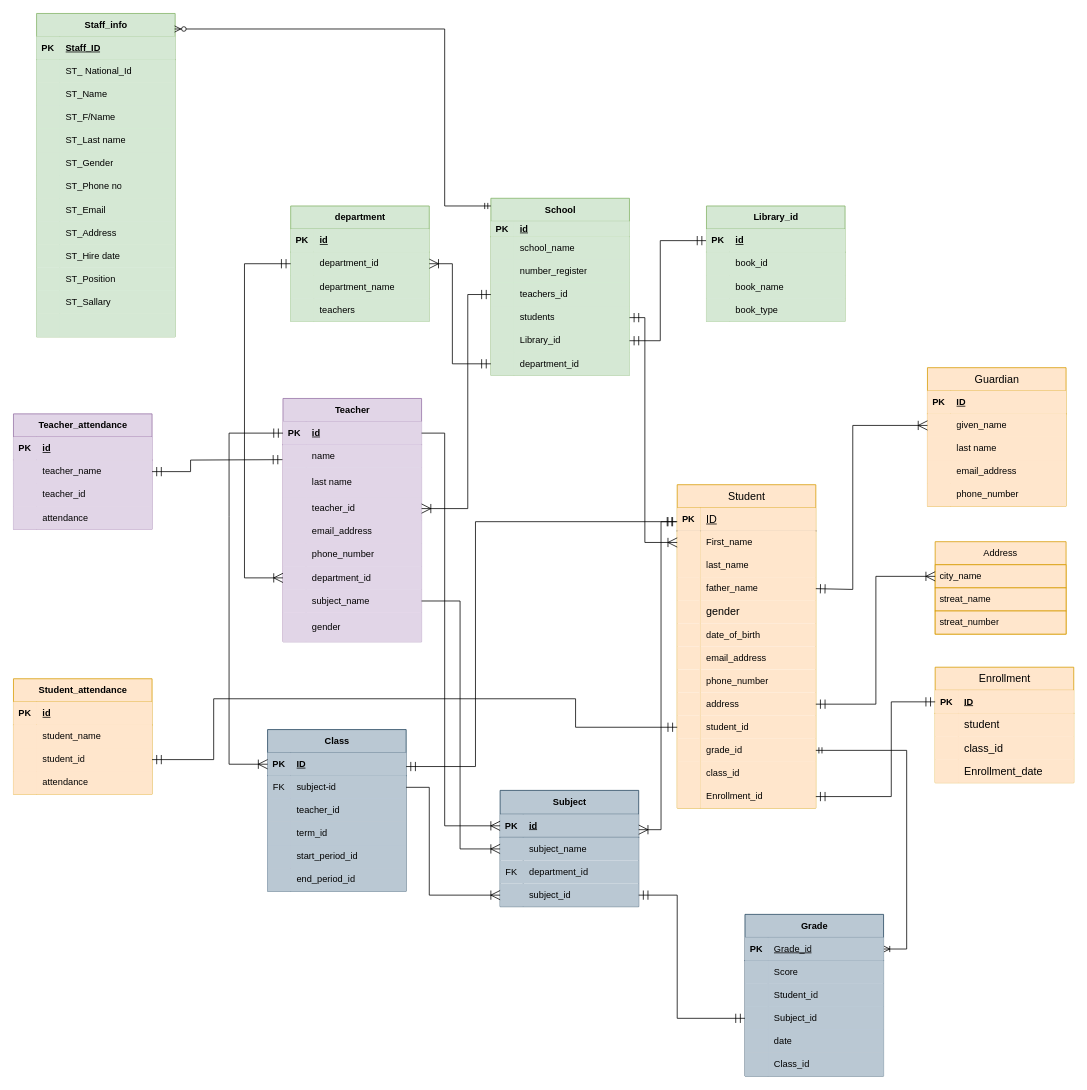
Earlier version of the draw.io diagram page "Page-1" (1 of 2) of ERD for School.drawio (murtazaGharibyar1383/Database-for-school). Source tidied: cells renumbered, new cells numbered last; positions are measured from the earlier drawing's top-left corner, leaving out a move shared by most shapes. Both pictures are drawn from the tidied source at 77%, with x=0, y=0 at pixel (13, 13).
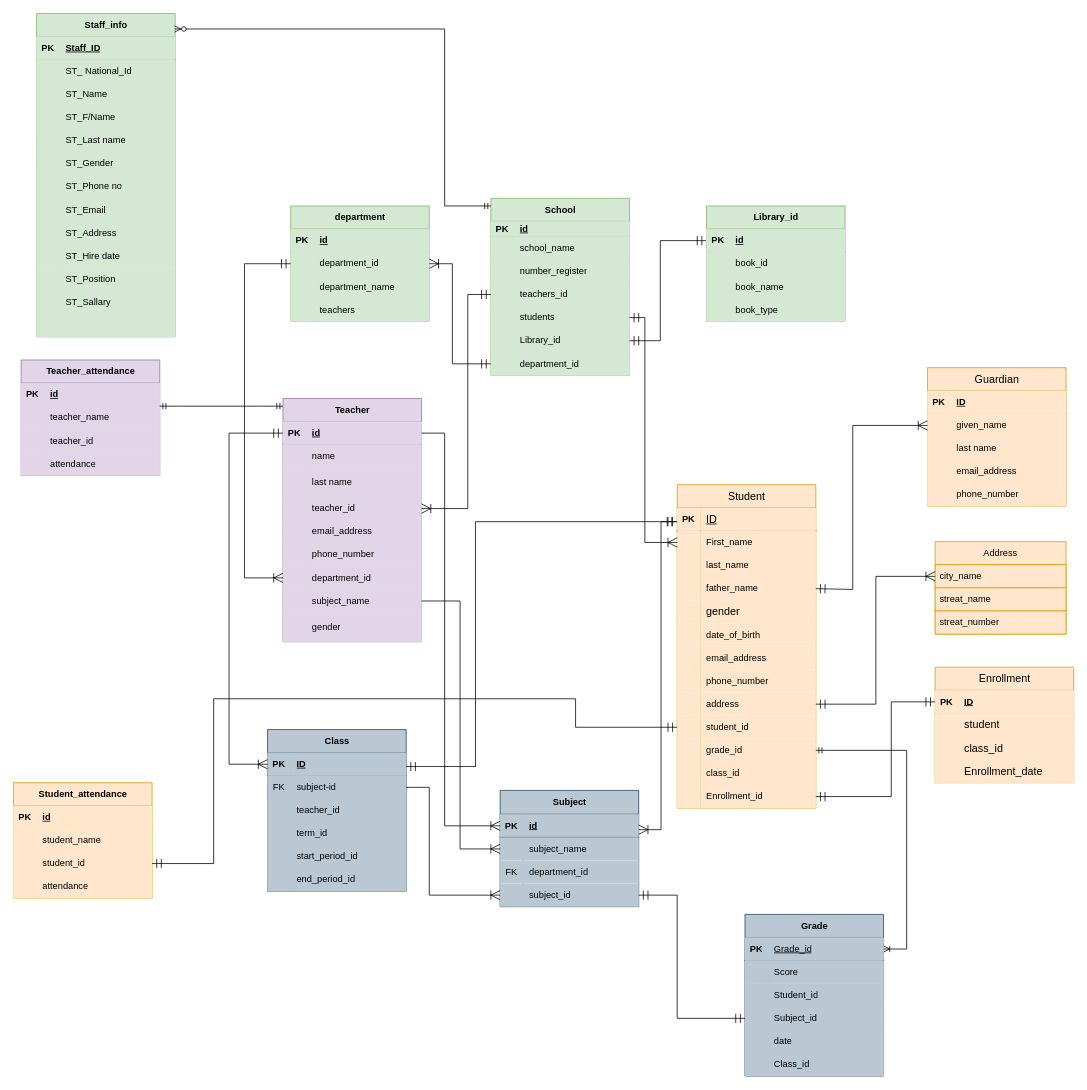
After the change.

The change refers to these unchanged cells:
```xml
<mxCell id="30" style="shape=tableRow;horizontal=0;startSize=0;swimlaneHead=0;swimlaneBody=0;fillColor=none;points=[[0,0.5],[1,0.5]];portConstraint=eastwest;top=0;left=0;right=0;bottom=0;labelBackgroundColor=none;" parent="2" vertex="1">
  <mxGeometry y="300" width="180" height="30" as="geometry" />
</mxCell>
<mxCell id="100" style="shape=tableRow;horizontal=0;startSize=0;swimlaneHead=0;swimlaneBody=0;fillColor=#e1d5e7;points=[[0,0.5],[1,0.5]];portConstraint=eastwest;top=0;left=0;right=0;bottom=0;labelBackgroundColor=none;strokeColor=#9673a6;" parent="96" vertex="1">
  <mxGeometry y="60" width="180" height="30" as="geometry" />
</mxCell>
<mxCell id="224" style="shape=tableRow;horizontal=0;startSize=0;swimlaneHead=0;swimlaneBody=0;fillColor=#ffe6cc;points=[[0,0.5],[1,0.5]];portConstraint=eastwest;top=0;left=0;right=0;bottom=0;strokeColor=#d79b00;" parent="217" vertex="1">
  <mxGeometry y="90" width="180" height="30" as="geometry" />
</mxCell>
<mxCell id="234" style="shape=tableRow;horizontal=0;startSize=0;swimlaneHead=0;swimlaneBody=0;fillColor=#e1d5e7;points=[[0,0.5],[1,0.5]];portConstraint=eastwest;top=0;left=0;right=0;bottom=0;strokeColor=#9673a6;" parent="230" vertex="1">
  <mxGeometry y="60" width="180" height="30" as="geometry" />
</mxCell>
```

What changed in the source:
```diff
@@
     <mxCell id="217" value="Student_attendance" style="shape=table;startSize=30;childLayout=tableLayout;rowLines=0;fontStyle=1;align=center;html=1;fillColor=#ffe6cc;strokeColor=#d79b00;" parent="1" vertex="1">
-      <mxGeometry y="864" width="180" height="150" as="geometry" />
+      <mxGeometry y="999" width="180" height="150" as="geometry" />
     </mxCell>
@@
     <mxCell id="230" value="Teacher_attendance" style="shape=table;startSize=30;childLayout=tableLayout;rowLines=0;fontStyle=1;align=center;html=1;fillColor=#e1d5e7;strokeColor=#9673a6;" parent="1" vertex="1">
-      <mxGeometry y="520" width="180" height="150" as="geometry" />
+      <mxGeometry x="10" y="450" width="180" height="150" as="geometry" />
     </mxCell>
@@
     <mxCell id="243" style="fontSize=12;html=1;endArrow=ERmandOne;startArrow=ERmandOne;rounded=0;endSize=10;startSize=10;entryX=1;entryY=0.5;entryDx=0;entryDy=0;exitX=0;exitY=0.5;exitDx=0;exitDy=0;" parent="1" edge="1" source="30" target="224">
       <mxGeometry relative="1" as="geometry">
         <Array as="points">
           <mxPoint x="730" y="927" />
           <mxPoint x="730" y="890" />
           <mxPoint x="260" y="890" />
-          <mxPoint x="260" y="969" />
+          <mxPoint x="260" y="1104" />
         </Array>
       </mxGeometry>
     </mxCell>
-    <mxCell id="244" style="fontSize=12;html=1;endArrow=ERmandOne;startArrow=ERmandOne;rounded=0;endSize=10;startSize=10;entryX=1;entryY=0.5;entryDx=0;entryDy=0;exitX=-0.004;exitY=0.648;exitDx=0;exitDy=0;exitPerimeter=0;" parent="1" edge="1" source="100" target="234">
-      <mxGeometry relative="1" as="geometry">
-        <Array as="points">
-          <mxPoint x="230" y="580" />
-          <mxPoint x="230" y="595" />
-        </Array>
-      </mxGeometry>
-    </mxCell>
@@
+    <mxCell id="287" style="edgeStyle=entityRelationEdgeStyle;fontSize=12;html=1;endArrow=ERmandOne;startArrow=ERmandOne;rounded=0;" parent="1" edge="1">
+      <mxGeometry relative="1" as="geometry">
+        <mxPoint x="190" y="510" as="sourcePoint" />
+        <mxPoint x="350" y="510" as="targetPoint" />
+        <Array as="points">
+          <mxPoint x="180" y="510" />
+        </Array>
+      </mxGeometry>
+    </mxCell>
```
